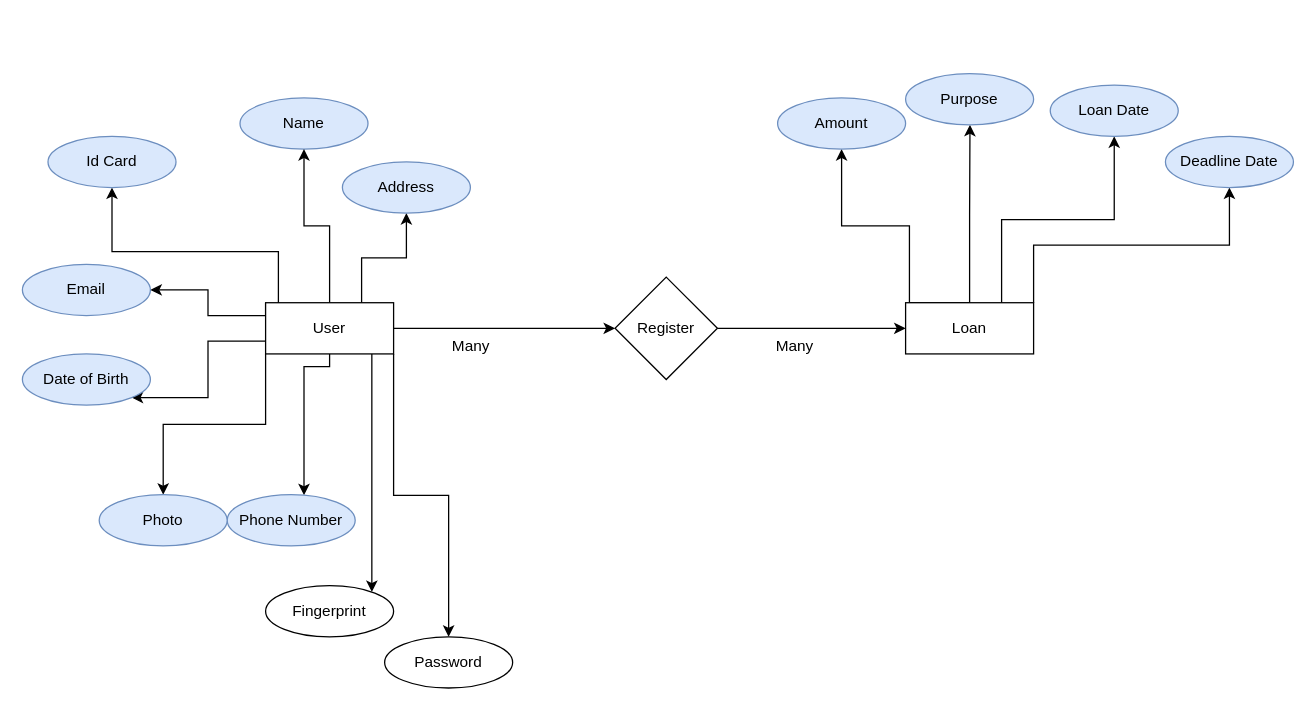
The draw.io diagram page "ERD" (1 of 2) of Taufiqurrahman - Mandiri Solution Analyst.drawio in tqurrahman09/mandiri, before the edit. Source tidied: cells renumbered, new cells numbered last; positions are measured from the earlier drawing's top-left corner, leaving out a move shared by most shapes. Both pictures are drawn from the tidied source at 128%, with x=0, y=0 at pixel (22, 73).
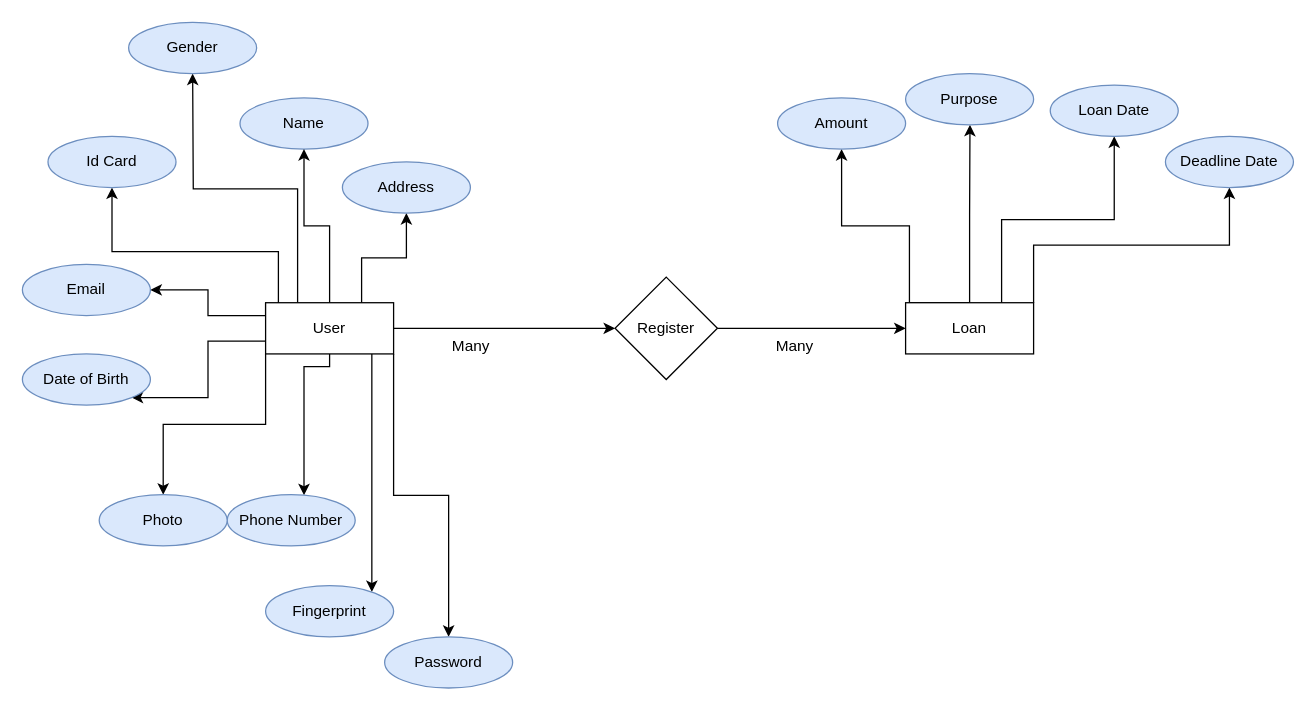
The same page after the edit.

Unchanged cells that the change refers to:
```xml
<mxCell id="12" value="User" style="whiteSpace=wrap;html=1;align=center;" parent="1" vertex="1">
  <mxGeometry x="190" y="179" width="100" height="40" as="geometry" />
</mxCell>
```

What changed in the source:
```diff
@@
+    <mxCell id="35" style="edgeStyle=orthogonalEdgeStyle;rounded=0;jettySize=auto;html=1;exitX=0.25;exitY=0;exitDx=0;exitDy=0;" parent="1" edge="1" source="12">
+      <mxGeometry relative="1" as="geometry">
+        <mxPoint x="133" as="targetPoint" />
+      </mxGeometry>
+    </mxCell>
@@
-    <mxCell id="22" value="Password" style="ellipse;whiteSpace=wrap;html=1;align=center;" parent="1" vertex="1">
+    <mxCell id="22" value="Password" style="ellipse;whiteSpace=wrap;html=1;align=center;fillColor=#dae8fc;strokeColor=#6c8ebf;" parent="1" vertex="1">
       <mxGeometry x="283" y="440" width="100" height="40" as="geometry" />
     </mxCell>
@@
-    <mxCell id="29" value="Fingerprint" style="ellipse;whiteSpace=wrap;html=1;align=center;" parent="1" vertex="1">
+    <mxCell id="29" value="Fingerprint" style="ellipse;whiteSpace=wrap;html=1;align=center;fillColor=#dae8fc;strokeColor=#6c8ebf;" parent="1" vertex="1">
       <mxGeometry x="190" y="400" width="100" height="40" as="geometry" />
     </mxCell>
@@
+    <mxCell id="36" value="Gender" style="ellipse;whiteSpace=wrap;html=1;align=center;fillColor=#dae8fc;strokeColor=#6c8ebf;" parent="1" vertex="1">
+      <mxGeometry x="83" y="-40" width="100" height="40" as="geometry" />
+    </mxCell>
```
